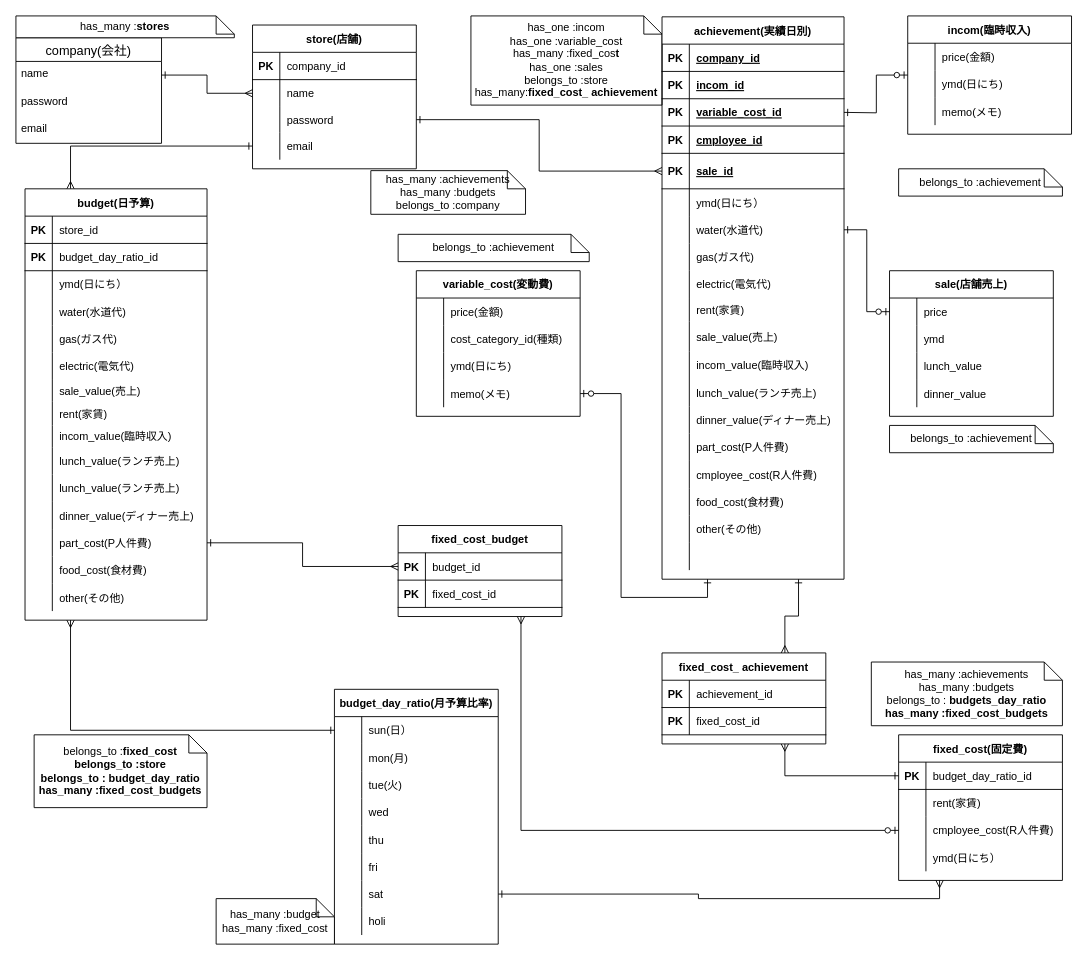
Above: ER図.dio in yanagi0306/profit_loss (draw.io), before the change. Source tidied: cells renumbered, new cells numbered last; positions are measured from the earlier drawing's top-left corner, leaving out a move shared by most shapes. Both pictures are drawn from the tidied source at 91%, with x=0, y=0 at pixel (15, 15).
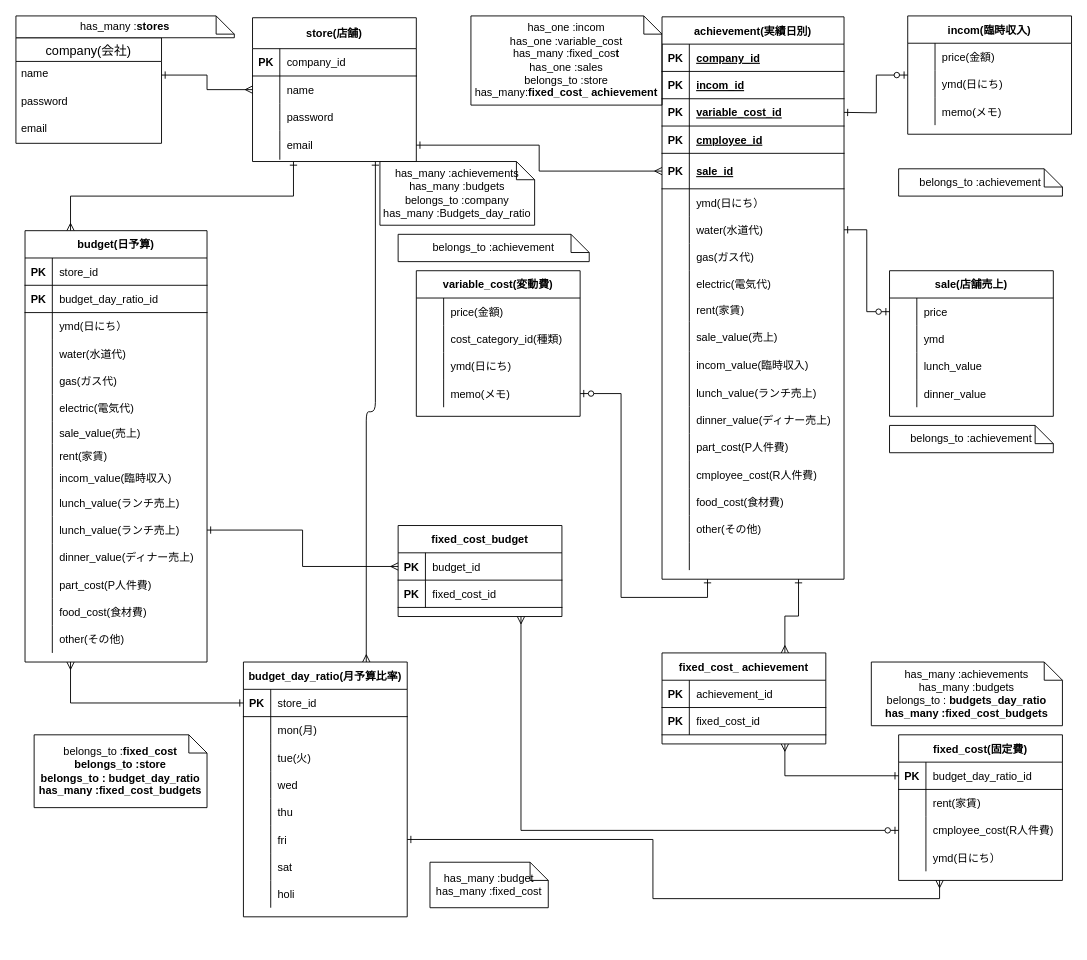
The same diagram, later.

The change refers to these unchanged cells:
```xml
<mxCell id="66" style="shape=partialRectangle;fillColor=none;top=0;left=0;bottom=1;right=0;points=[[0,0.5],[1,0.5]];portConstraint=eastwest;" parent="53" vertex="1">
  <mxGeometry y="150" width="200" height="39" as="geometry" />
</mxCell>
<mxCell id="160" style="shape=partialRectangle;fillColor=none;top=0;left=0;bottom=0;right=0;points=[[0,0.5],[1,0.5]];portConstraint=eastwest;" parent="129" vertex="1">
  <mxGeometry y="314" width="200" height="30" as="geometry" />
</mxCell>
<mxCell id="166" style="shape=partialRectangle;fillColor=none;top=0;left=0;bottom=0;right=0;points=[[0,0.5],[1,0.5]];portConstraint=eastwest;" parent="129" vertex="1">
  <mxGeometry y="374" width="200" height="30" as="geometry" />
</mxCell>
<mxCell id="203" value="fixed_cost(固定費)" style="shape=table;startSize=30;childLayout=tableLayout;rowLines=0;fontStyle=1;align=center;" parent="1" vertex="1">
  <mxGeometry x="970" y="790" width="180" height="160" as="geometry" />
</mxCell>
<mxCell id="218" style="shape=partialRectangle;fillColor=none;top=0;left=0;bottom=1;right=0;points=[[0,0.5],[1,0.5]];portConstraint=eastwest;" parent="217" vertex="1">
  <mxGeometry y="30" width="180" height="30" as="geometry" />
</mxCell>
```

Change to the diagram source:
```diff
@@
-    <mxCell id="17" style="edgeStyle=orthogonalEdgeStyle;rounded=0;jettySize=auto;html=1;endArrow=ERmany;endFill=0;startArrow=ERone;startFill=0;entryX=0;entryY=0.5;entryDx=0;entryDy=0;exitX=1;exitY=0.5;exitDx=0;exitDy=0;" parent="1" edge="1" source="119" target="66">
+    <mxCell id="17" style="edgeStyle=orthogonalEdgeStyle;rounded=0;jettySize=auto;html=1;endArrow=ERmany;endFill=0;startArrow=ERone;startFill=0;entryX=0;entryY=0.5;entryDx=0;entryDy=0;exitX=1;exitY=0.5;exitDx=0;exitDy=0;" parent="1" edge="1" source="122" target="66">
       <mxGeometry relative="1" as="geometry" />
     </mxCell>
@@
+    <mxCell id="233" style="edgeStyle=orthogonalEdgeStyle;html=1;entryX=0.75;entryY=0;entryDx=0;entryDy=0;startArrow=ERone;startFill=0;endArrow=ERmany;endFill=0;exitX=0.75;exitY=1;exitDx=0;exitDy=0;" parent="1" edge="1" source="112" target="175">
+      <mxGeometry relative="1" as="geometry" />
+    </mxCell>
-    <mxCell id="112" value="store(店舗)" style="shape=table;startSize=30;childLayout=tableLayout;rowLines=0;fontStyle=1;align=center;" parent="1" vertex="1">
-      <mxGeometry x="260" y="10" width="180" height="158" as="geometry" />
+    <mxCell id="112" value="store(店舗)" style="shape=table;startSize=34;childLayout=tableLayout;rowLines=0;fontStyle=1;align=center;" parent="1" vertex="1">
+      <mxGeometry x="260" y="2" width="180" height="158" as="geometry" />
     </mxCell>
     <mxCell id="113" style="shape=partialRectangle;fillColor=none;top=0;left=0;bottom=1;right=0;" parent="112" vertex="1">
-      <mxGeometry y="30" width="180" height="30" as="geometry" />
+      <mxGeometry y="34" width="180" height="30" as="geometry" />
     </mxCell>
@@
     <mxCell id="116" style="shape=partialRectangle;fillColor=none;top=0;left=0;bottom=0;right=0;points=[[0,0.5],[1,0.5]];portConstraint=eastwest;" parent="112" vertex="1">
-      <mxGeometry y="60" width="180" height="30" as="geometry" />
+      <mxGeometry y="64" width="180" height="30" as="geometry" />
     </mxCell>
@@
     <mxCell id="119" style="shape=partialRectangle;fillColor=none;top=0;left=0;bottom=0;right=0;points=[[0,0.5],[1,0.5]];portConstraint=eastwest;" parent="112" vertex="1">
-      <mxGeometry y="90" width="180" height="28" as="geometry" />
+      <mxGeometry y="94" width="180" height="30" as="geometry" />
     </mxCell>
     <mxCell id="120" style="shape=partialRectangle;fillColor=none;top=0;left=0;bottom=0;right=0;overflow=hidden;" parent="119" vertex="1">
-      <mxGeometry width="30" height="28" as="geometry" />
+      <mxGeometry width="30" height="30" as="geometry" />
     </mxCell>
     <mxCell id="121" value="password" style="shape=partialRectangle;fillColor=none;top=0;left=0;bottom=0;right=0;align=left;spacingLeft=6;overflow=hidden;" parent="119" vertex="1">
-      <mxGeometry x="30" width="150" height="28" as="geometry" />
+      <mxGeometry x="30" width="150" height="30" as="geometry" />
     </mxCell>
     <mxCell id="122" style="shape=partialRectangle;fillColor=none;top=0;left=0;bottom=0;right=0;points=[[0,0.5],[1,0.5]];portConstraint=eastwest;" parent="112" vertex="1">
-      <mxGeometry y="118" width="180" height="30" as="geometry" />
+      <mxGeometry y="124" width="180" height="32" as="geometry" />
     </mxCell>
     <mxCell id="123" style="shape=partialRectangle;fillColor=none;top=0;left=0;bottom=0;right=0;overflow=hidden;" parent="122" vertex="1">
-      <mxGeometry width="30" height="30" as="geometry" />
+      <mxGeometry width="30" height="32" as="geometry" />
     </mxCell>
     <mxCell id="124" value="email" style="shape=partialRectangle;fillColor=none;top=0;left=0;bottom=0;right=0;align=left;spacingLeft=6;overflow=hidden;" parent="122" vertex="1">
-      <mxGeometry x="30" width="150" height="30" as="geometry" />
+      <mxGeometry x="30" width="150" height="32" as="geometry" />
     </mxCell>
@@
-    <mxCell id="126" style="edgeStyle=orthogonalEdgeStyle;rounded=0;jettySize=auto;html=1;startArrow=ERmany;startFill=0;endArrow=ERone;endFill=0;exitX=0.25;exitY=0;exitDx=0;exitDy=0;entryX=0;entryY=0.5;entryDx=0;entryDy=0;" parent="1" edge="1" source="129" target="122">
+    <mxCell id="126" style="edgeStyle=orthogonalEdgeStyle;rounded=0;jettySize=auto;html=1;startArrow=ERmany;startFill=0;endArrow=ERone;endFill=0;exitX=0.25;exitY=0;exitDx=0;exitDy=0;entryX=0.25;entryY=1;entryDx=0;entryDy=0;" parent="1" edge="1" source="129" target="112">
       <mxGeometry relative="1" as="geometry" />
     </mxCell>
-    <mxCell id="127" value="has_many :achievements&lt;br&gt;has_many :budgets&lt;br&gt;belongs_to :company" style="shape=note;size=20;whiteSpace=wrap;html=1;" parent="1" vertex="1">
-      <mxGeometry x="390" y="170" width="170" height="48" as="geometry" />
+    <mxCell id="127" value="has_many :achievements&lt;br&gt;has_many :budgets&lt;br&gt;belongs_to :company&lt;br&gt;has_many :Budgets_day_ratio" style="shape=note;size=20;whiteSpace=wrap;html=1;" parent="1" vertex="1">
+      <mxGeometry x="400" y="160" width="170" height="70" as="geometry" />
     </mxCell>
@@
     <mxCell id="129" value="budget(日予算)" style="shape=table;startSize=30;childLayout=tableLayout;rowLines=0;fontStyle=1;align=center;" parent="1" vertex="1">
-      <mxGeometry x="10" y="190" width="200" height="474" as="geometry" />
+      <mxGeometry x="10" y="236" width="200" height="474" as="geometry" />
     </mxCell>
@@
-    <mxCell id="175" value="budget_day_ratio(月予算比率)" style="shape=table;startSize=30;childLayout=tableLayout;rowLines=0;fontStyle=1;align=center;" parent="1" vertex="1">
-      <mxGeometry x="350" y="740" width="180" height="280" as="geometry" />
-    </mxCell>
-    <mxCell id="176" style="shape=partialRectangle;fillColor=none;top=0;left=0;bottom=0;right=0;points=[[0,0.5],[1,0.5]];portConstraint=eastwest;" parent="175" vertex="1">
-      <mxGeometry y="30" width="180" height="30" as="geometry" />
-    </mxCell>
-    <mxCell id="177" style="shape=partialRectangle;fillColor=none;top=0;left=0;bottom=0;right=0;overflow=hidden;" parent="176" vertex="1">
-      <mxGeometry width="30" height="30" as="geometry" />
-    </mxCell>
-    <mxCell id="178" value="sun(日）" style="shape=partialRectangle;fillColor=none;top=0;left=0;bottom=0;right=0;align=left;spacingLeft=6;overflow=hidden;" parent="176" vertex="1">
-      <mxGeometry x="30" width="150" height="30" as="geometry" />
-    </mxCell>
-    <mxCell id="179" style="shape=partialRectangle;fillColor=none;top=0;left=0;bottom=0;right=0;" parent="175" vertex="1">
-      <mxGeometry y="60" width="180" height="30" as="geometry" />
-    </mxCell>
-    <mxCell id="180" style="shape=partialRectangle;fillColor=none;top=0;left=0;bottom=0;right=0;overflow=hidden;" parent="179" vertex="1">
-      <mxGeometry width="30" height="30" as="geometry" />
-    </mxCell>
-    <mxCell id="181" value="mon(月)" style="shape=partialRectangle;fillColor=none;top=0;left=0;bottom=0;right=0;align=left;spacingLeft=6;overflow=hidden;" parent="179" vertex="1">
-      <mxGeometry x="30" width="150" height="30" as="geometry" />
-    </mxCell>
-    <mxCell id="182" style="shape=partialRectangle;fillColor=none;top=0;left=0;bottom=0;right=0;" parent="175" vertex="1">
-      <mxGeometry y="90" width="180" height="30" as="geometry" />
-    </mxCell>
-    <mxCell id="183" style="shape=partialRectangle;fillColor=none;top=0;left=0;bottom=0;right=0;overflow=hidden;" parent="182" vertex="1">
-      <mxGeometry width="30" height="30" as="geometry" />
-    </mxCell>
-    <mxCell id="184" value="tue(火)" style="shape=partialRectangle;fillColor=none;top=0;left=0;bottom=0;right=0;align=left;spacingLeft=6;overflow=hidden;" parent="182" vertex="1">
-      <mxGeometry x="30" width="150" height="30" as="geometry" />
-    </mxCell>
-    <mxCell id="185" style="shape=partialRectangle;fillColor=none;top=0;left=0;bottom=0;right=0;" parent="175" vertex="1">
-      <mxGeometry y="120" width="180" height="30" as="geometry" />
-    </mxCell>
-    <mxCell id="186" style="shape=partialRectangle;fillColor=none;top=0;left=0;bottom=0;right=0;overflow=hidden;" parent="185" vertex="1">
-      <mxGeometry width="30" height="30" as="geometry" />
-    </mxCell>
-    <mxCell id="187" value="wed" style="shape=partialRectangle;fillColor=none;top=0;left=0;bottom=0;right=0;align=left;spacingLeft=6;overflow=hidden;" parent="185" vertex="1">
-      <mxGeometry x="30" width="150" height="30" as="geometry" />
-    </mxCell>
-    <mxCell id="188" style="shape=partialRectangle;fillColor=none;top=0;left=0;bottom=0;right=0;" parent="175" vertex="1">
-      <mxGeometry y="150" width="180" height="30" as="geometry" />
-    </mxCell>
-    <mxCell id="189" style="shape=partialRectangle;fillColor=none;top=0;left=0;bottom=0;right=0;overflow=hidden;" parent="188" vertex="1">
-      <mxGeometry width="30" height="30" as="geometry" />
-    </mxCell>
-    <mxCell id="190" value="thu" style="shape=partialRectangle;fillColor=none;top=0;left=0;bottom=0;right=0;align=left;spacingLeft=6;overflow=hidden;" parent="188" vertex="1">
-      <mxGeometry x="30" width="150" height="30" as="geometry" />
-    </mxCell>
-    <mxCell id="191" style="shape=partialRectangle;fillColor=none;top=0;left=0;bottom=0;right=0;points=[[0,0.5],[1,0.5]];portConstraint=eastwest;" parent="175" vertex="1">
-      <mxGeometry y="180" width="180" height="30" as="geometry" />
-    </mxCell>
-    <mxCell id="192" style="shape=partialRectangle;fillColor=none;top=0;left=0;bottom=0;right=0;overflow=hidden;" parent="191" vertex="1">
-      <mxGeometry width="30" height="30" as="geometry" />
-    </mxCell>
-    <mxCell id="193" value="fri" style="shape=partialRectangle;fillColor=none;top=0;left=0;bottom=0;right=0;align=left;spacingLeft=6;overflow=hidden;" parent="191" vertex="1">
-      <mxGeometry x="30" width="150" height="30" as="geometry" />
-    </mxCell>
-    <mxCell id="194" style="shape=partialRectangle;fillColor=none;top=0;left=0;bottom=0;right=0;points=[[0,0.5],[1,0.5]];portConstraint=eastwest;" parent="175" vertex="1">
-      <mxGeometry y="210" width="180" height="30" as="geometry" />
-    </mxCell>
-    <mxCell id="195" style="shape=partialRectangle;fillColor=none;top=0;left=0;bottom=0;right=0;overflow=hidden;" parent="194" vertex="1">
-      <mxGeometry width="30" height="30" as="geometry" />
-    </mxCell>
-    <mxCell id="196" value="sat" style="shape=partialRectangle;fillColor=none;top=0;left=0;bottom=0;right=0;align=left;spacingLeft=6;overflow=hidden;" parent="194" vertex="1">
-      <mxGeometry x="30" width="150" height="30" as="geometry" />
-    </mxCell>
-    <mxCell id="197" style="shape=partialRectangle;fillColor=none;top=0;left=0;bottom=0;right=0;" parent="175" vertex="1">
-      <mxGeometry y="240" width="180" height="30" as="geometry" />
-    </mxCell>
-    <mxCell id="198" style="shape=partialRectangle;fillColor=none;top=0;left=0;bottom=0;right=0;overflow=hidden;" parent="197" vertex="1">
-      <mxGeometry width="30" height="30" as="geometry" />
-    </mxCell>
-    <mxCell id="199" value="holi" style="shape=partialRectangle;fillColor=none;top=0;left=0;bottom=0;right=0;align=left;spacingLeft=6;overflow=hidden;" parent="197" vertex="1">
-      <mxGeometry x="30" width="150" height="30" as="geometry" />
-    </mxCell>
-    <mxCell id="200" style="edgeStyle=orthogonalEdgeStyle;rounded=0;jettySize=auto;html=1;exitX=0;exitY=0.5;exitDx=0;exitDy=0;entryX=0.25;entryY=1;entryDx=0;entryDy=0;startArrow=ERone;startFill=0;endArrow=ERmany;endFill=0;" parent="1" edge="1" source="176" target="129">
+    <mxCell id="200" style="edgeStyle=orthogonalEdgeStyle;rounded=0;jettySize=auto;html=1;exitX=0;exitY=0.5;exitDx=0;exitDy=0;entryX=0.25;entryY=1;entryDx=0;entryDy=0;startArrow=ERone;startFill=0;endArrow=ERmany;endFill=0;" parent="1" edge="1" source="234" target="129">
       <mxGeometry relative="1" as="geometry" />
     </mxCell>
-    <mxCell id="201" style="edgeStyle=orthogonalEdgeStyle;rounded=0;jettySize=auto;html=1;exitX=1;exitY=0.5;exitDx=0;exitDy=0;entryX=0.25;entryY=1;entryDx=0;entryDy=0;startArrow=ERone;startFill=0;endArrow=ERmany;endFill=0;" parent="1" edge="1" source="194" target="203">
+    <mxCell id="201" style="edgeStyle=orthogonalEdgeStyle;rounded=0;jettySize=auto;html=1;exitX=1;exitY=0.5;exitDx=0;exitDy=0;entryX=0.25;entryY=1;entryDx=0;entryDy=0;startArrow=ERone;startFill=0;endArrow=ERmany;endFill=0;" parent="1" edge="1" source="191" target="203">
       <mxGeometry relative="1" as="geometry" />
     </mxCell>
@@
     <mxCell id="216" value="has_many :budget&lt;br&gt;has_many :fixed_cost" style="shape=note;size=20;whiteSpace=wrap;html=1;" parent="1" vertex="1">
-      <mxGeometry x="220" y="970" width="130" height="50" as="geometry" />
+      <mxGeometry x="455" y="930" width="130" height="50" as="geometry" />
     </mxCell>
@@
-    <mxCell id="232" style="edgeStyle=orthogonalEdgeStyle;rounded=0;jettySize=auto;html=1;exitX=0;exitY=0.5;exitDx=0;exitDy=0;entryX=1;entryY=0.5;entryDx=0;entryDy=0;startArrow=ERmany;startFill=0;endArrow=ERone;endFill=0;" parent="1" edge="1" source="218" target="166">
+    <mxCell id="232" style="edgeStyle=orthogonalEdgeStyle;rounded=0;jettySize=auto;html=1;exitX=0;exitY=0.5;exitDx=0;exitDy=0;entryX=1;entryY=0.5;entryDx=0;entryDy=0;startArrow=ERmany;startFill=0;endArrow=ERone;endFill=0;" parent="1" edge="1" source="218" target="160">
       <mxGeometry relative="1" as="geometry" />
     </mxCell>
+    <mxCell id="175" value="budget_day_ratio(月予算比率)" style="shape=table;startSize=30;childLayout=tableLayout;rowLines=0;fontStyle=1;align=center;" parent="1" vertex="1">
+      <mxGeometry x="250" y="710" width="180" height="280" as="geometry" />
+    </mxCell>
+    <mxCell id="234" style="shape=partialRectangle;fillColor=none;top=0;left=0;bottom=1;right=0;points=[[0,0.5],[1,0.5]];portConstraint=eastwest;" parent="175" vertex="1">
+      <mxGeometry y="30" width="180" height="30" as="geometry" />
+    </mxCell>
+    <mxCell id="235" value="PK" style="shape=partialRectangle;fillColor=none;top=0;left=0;bottom=0;right=0;fontStyle=1;overflow=hidden;" parent="234" vertex="1">
+      <mxGeometry width="30" height="30" as="geometry" />
+    </mxCell>
+    <mxCell id="236" value="store_id" style="shape=partialRectangle;fillColor=none;top=0;left=0;bottom=0;right=0;align=left;spacingLeft=6;fontStyle=0;overflow=hidden;" parent="234" vertex="1">
+      <mxGeometry x="30" width="150" height="30" as="geometry" />
+    </mxCell>
+    <mxCell id="179" style="shape=partialRectangle;fillColor=none;top=0;left=0;bottom=0;right=0;" parent="175" vertex="1">
+      <mxGeometry y="60" width="180" height="30" as="geometry" />
+    </mxCell>
+    <mxCell id="237" style="shape=partialRectangle;fillColor=none;top=0;left=0;bottom=0;right=0;overflow=hidden;" parent="179" vertex="1">
+      <mxGeometry width="30" height="30" as="geometry" />
+    </mxCell>
+    <mxCell id="181" value="mon(月)" style="shape=partialRectangle;fillColor=none;top=0;left=0;bottom=0;right=0;align=left;spacingLeft=6;overflow=hidden;" parent="179" vertex="1">
+      <mxGeometry x="30" width="150" height="30" as="geometry" />
+    </mxCell>
+    <mxCell id="182" style="shape=partialRectangle;fillColor=none;top=0;left=0;bottom=0;right=0;" parent="175" vertex="1">
+      <mxGeometry y="90" width="180" height="30" as="geometry" />
+    </mxCell>
+    <mxCell id="238" style="shape=partialRectangle;fillColor=none;top=0;left=0;bottom=0;right=0;overflow=hidden;" parent="182" vertex="1">
+      <mxGeometry width="30" height="30" as="geometry" />
+    </mxCell>
+    <mxCell id="184" value="tue(火)" style="shape=partialRectangle;fillColor=none;top=0;left=0;bottom=0;right=0;align=left;spacingLeft=6;overflow=hidden;" parent="182" vertex="1">
+      <mxGeometry x="30" width="150" height="30" as="geometry" />
+    </mxCell>
+    <mxCell id="185" style="shape=partialRectangle;fillColor=none;top=0;left=0;bottom=0;right=0;" parent="175" vertex="1">
+      <mxGeometry y="120" width="180" height="30" as="geometry" />
+    </mxCell>
+    <mxCell id="239" style="shape=partialRectangle;fillColor=none;top=0;left=0;bottom=0;right=0;overflow=hidden;" parent="185" vertex="1">
+      <mxGeometry width="30" height="30" as="geometry" />
+    </mxCell>
+    <mxCell id="187" value="wed" style="shape=partialRectangle;fillColor=none;top=0;left=0;bottom=0;right=0;align=left;spacingLeft=6;overflow=hidden;" parent="185" vertex="1">
+      <mxGeometry x="30" width="150" height="30" as="geometry" />
+    </mxCell>
+    <mxCell id="188" style="shape=partialRectangle;fillColor=none;top=0;left=0;bottom=0;right=0;" parent="175" vertex="1">
+      <mxGeometry y="150" width="180" height="30" as="geometry" />
+    </mxCell>
+    <mxCell id="240" style="shape=partialRectangle;fillColor=none;top=0;left=0;bottom=0;right=0;overflow=hidden;" parent="188" vertex="1">
+      <mxGeometry width="30" height="30" as="geometry" />
+    </mxCell>
+    <mxCell id="190" value="thu" style="shape=partialRectangle;fillColor=none;top=0;left=0;bottom=0;right=0;align=left;spacingLeft=6;overflow=hidden;" parent="188" vertex="1">
+      <mxGeometry x="30" width="150" height="30" as="geometry" />
+    </mxCell>
+    <mxCell id="191" style="shape=partialRectangle;fillColor=none;top=0;left=0;bottom=0;right=0;points=[[0,0.5],[1,0.5]];portConstraint=eastwest;" parent="175" vertex="1">
+      <mxGeometry y="180" width="180" height="30" as="geometry" />
+    </mxCell>
+    <mxCell id="241" style="shape=partialRectangle;fillColor=none;top=0;left=0;bottom=0;right=0;overflow=hidden;" parent="191" vertex="1">
+      <mxGeometry width="30" height="30" as="geometry" />
+    </mxCell>
+    <mxCell id="193" value="fri" style="shape=partialRectangle;fillColor=none;top=0;left=0;bottom=0;right=0;align=left;spacingLeft=6;overflow=hidden;" parent="191" vertex="1">
+      <mxGeometry x="30" width="150" height="30" as="geometry" />
+    </mxCell>
+    <mxCell id="194" style="shape=partialRectangle;fillColor=none;top=0;left=0;bottom=0;right=0;points=[[0,0.5],[1,0.5]];portConstraint=eastwest;" parent="175" vertex="1">
+      <mxGeometry y="210" width="180" height="30" as="geometry" />
+    </mxCell>
+    <mxCell id="242" style="shape=partialRectangle;fillColor=none;top=0;left=0;bottom=0;right=0;overflow=hidden;" parent="194" vertex="1">
+      <mxGeometry width="30" height="30" as="geometry" />
+    </mxCell>
+    <mxCell id="196" value="sat" style="shape=partialRectangle;fillColor=none;top=0;left=0;bottom=0;right=0;align=left;spacingLeft=6;overflow=hidden;" parent="194" vertex="1">
+      <mxGeometry x="30" width="150" height="30" as="geometry" />
+    </mxCell>
+    <mxCell id="197" style="shape=partialRectangle;fillColor=none;top=0;left=0;bottom=0;right=0;" parent="175" vertex="1">
+      <mxGeometry y="240" width="180" height="30" as="geometry" />
+    </mxCell>
+    <mxCell id="243" style="shape=partialRectangle;fillColor=none;top=0;left=0;bottom=0;right=0;overflow=hidden;" parent="197" vertex="1">
+      <mxGeometry width="30" height="30" as="geometry" />
+    </mxCell>
+    <mxCell id="199" value="holi" style="shape=partialRectangle;fillColor=none;top=0;left=0;bottom=0;right=0;align=left;spacingLeft=6;overflow=hidden;" parent="197" vertex="1">
+      <mxGeometry x="30" width="150" height="30" as="geometry" />
+    </mxCell>
```
